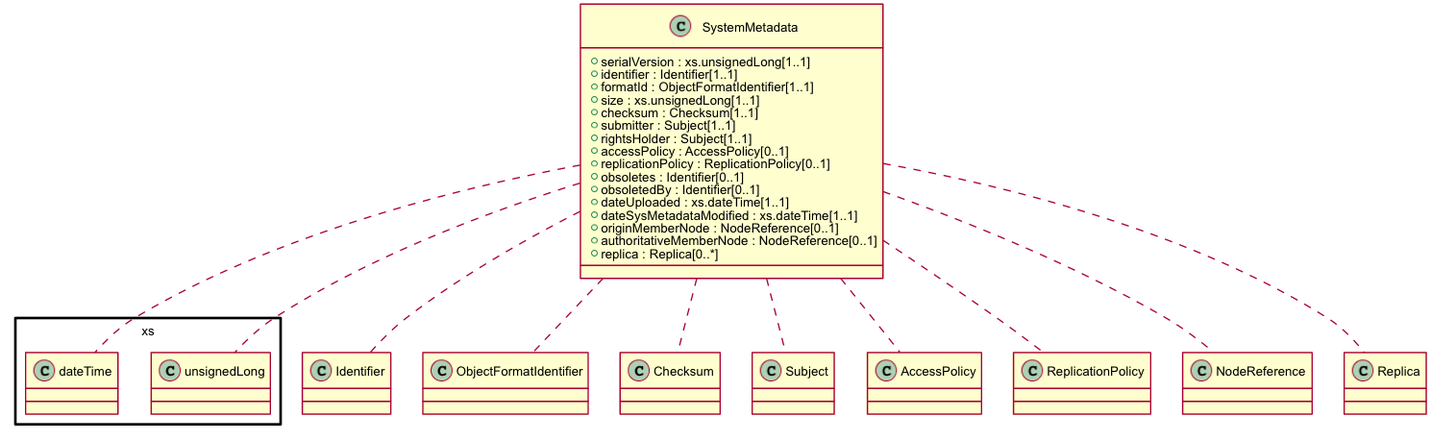
datadavev/DataONE_architecture keeps this PlantUML diagram as source/apis/images/class_SystemMetadata.png. Above is the earlier version.
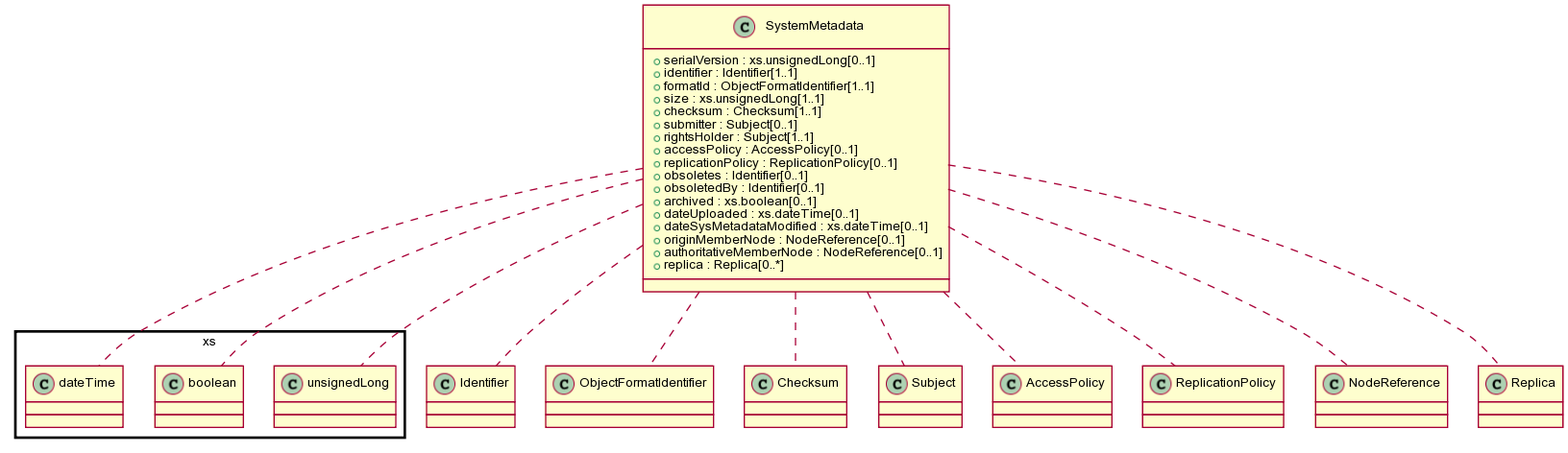
After the commit.

Change to the diagram source:
```diff
@@ -58,19 +58,20 @@
 skinparam usecaseArrowFontName arial
 
 class SystemMetadata {
-  + serialVersion : xs.unsignedLong[1..1]
+  + serialVersion : xs.unsignedLong[0..1]
   + identifier : Identifier[1..1]
   + formatId : ObjectFormatIdentifier[1..1]
   + size : xs.unsignedLong[1..1]
   + checksum : Checksum[1..1]
-  + submitter : Subject[1..1]
+  + submitter : Subject[0..1]
   + rightsHolder : Subject[1..1]
   + accessPolicy : AccessPolicy[0..1]
   + replicationPolicy : ReplicationPolicy[0..1]
   + obsoletes : Identifier[0..1]
   + obsoletedBy : Identifier[0..1]
-  + dateUploaded : xs.dateTime[1..1]
-  + dateSysMetadataModified : xs.dateTime[1..1]
+  + archived : xs.boolean[0..1]
+  + dateUploaded : xs.dateTime[0..1]
+  + dateSysMetadataModified : xs.dateTime[0..1]
   + originMemberNode : NodeReference[0..1]
   + authoritativeMemberNode : NodeReference[0..1]
   + replica : Replica[0..*]
@@ -82,6 +83,7 @@
 SystemMetadata .. Subject
 SystemMetadata .. AccessPolicy
 SystemMetadata .. ReplicationPolicy
+SystemMetadata .. xs.boolean
 SystemMetadata .. xs.dateTime
 SystemMetadata .. NodeReference
 SystemMetadata .. Replica
```
